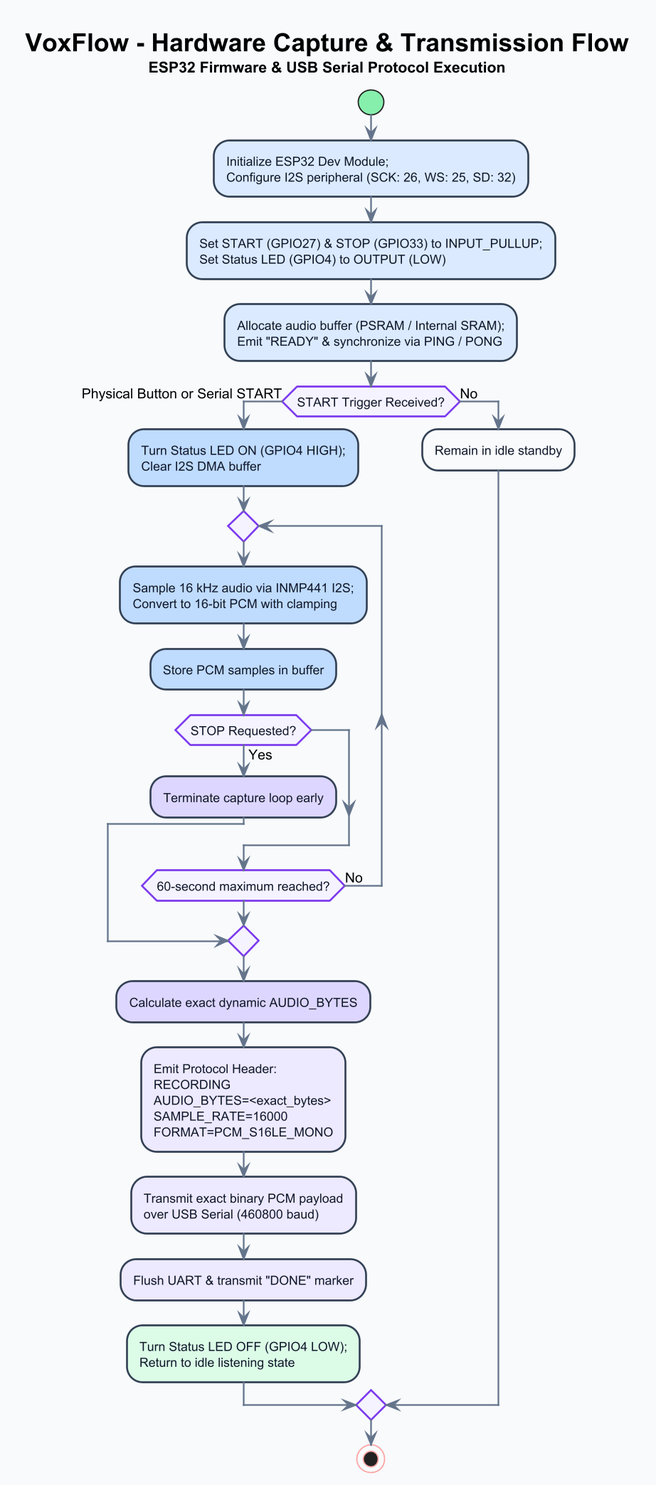
The PlantUML diagram VoxFlow_uml/VoxFlow_uml/png/methodology/1_AudioCapture_Transmission.png in PetaSivaNandhanReddy/voxflow, before a commit.
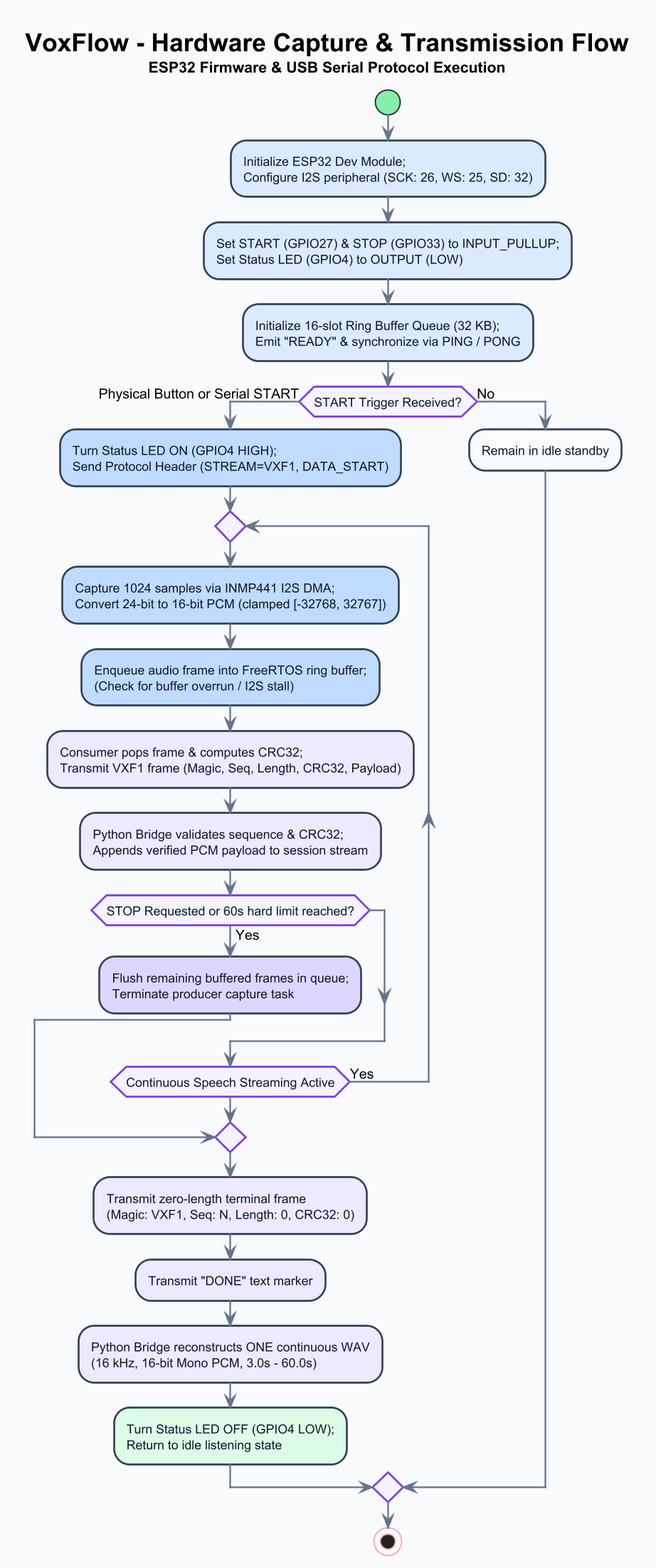
Later version of the same file.

What changed in the source:
```diff
@@ -27,30 +27,30 @@
 
 #DBEAFE:Initialize ESP32 Dev Module;\nConfigure I2S peripheral (SCK: 26, WS: 25, SD: 32);
 #DBEAFE:Set START (GPIO27) & STOP (GPIO33) to INPUT_PULLUP;\nSet Status LED (GPIO4) to OUTPUT (LOW);
-#DBEAFE:Allocate audio buffer (PSRAM / Internal SRAM);\nEmit "READY" & synchronize via PING / PONG;
+#DBEAFE:Initialize 16-slot Ring Buffer Queue (32 KB);\nEmit "READY" & synchronize via PING / PONG;
 
 if (START Trigger Received?) then (Physical Button or Serial START)
 
-    #BFDBFE:Turn Status LED ON (GPIO4 HIGH);\nClear I2S DMA buffer;
+    #BFDBFE:Turn Status LED ON (GPIO4 HIGH);\nSend Protocol Header (STREAM=VXF1, DATA_START);
 
     repeat
-        #BFDBFE:Sample 16 kHz audio via INMP441 I2S;\nConvert to 16-bit PCM with clamping;
-        #BFDBFE:Store PCM samples in buffer;
+        #BFDBFE:Capture 1024 samples via INMP441 I2S DMA;\nConvert 24-bit to 16-bit PCM (clamped [-32768, 32767]);
+        #BFDBFE:Enqueue audio frame into FreeRTOS ring buffer;\n(Check for buffer overrun / I2S stall);
+        #EDE9FE:Consumer pops frame & computes CRC32;\nTransmit VXF1 frame (Magic, Seq, Length, CRC32, Payload);
+        #EDE9FE:Python Bridge validates sequence & CRC32;\nAppends verified PCM payload to session stream;
 
-        if (STOP Requested?) then (Yes)
-            #DDD6FE:Terminate capture loop early;
+        if (STOP Requested or 60s hard limit reached?) then (Yes)
+            #DDD6FE:Flush remaining buffered frames in queue;\nTerminate producer capture task;
             break
         endif
 
-    repeat while (60-second maximum reached?) is (No)
+    repeat while (Continuous Speech Streaming Active) is (Yes)
 
-    #DDD6FE:Calculate exact dynamic AUDIO_BYTES;
+    #EDE9FE:Transmit zero-length terminal frame\n(Magic: VXF1, Seq: N, Length: 0, CRC32: 0);
 
-    #EDE9FE:Emit Protocol Header:\nRECORDING\nAUDIO_BYTES=<exact_bytes>\nSAMPLE_RATE=16000\nFORMAT=PCM_S16LE_MONO;
+    #EDE9FE:Transmit "DONE" text marker;
 
-    #EDE9FE:Transmit exact binary PCM payload\nover USB Serial (460800 baud);
-
-    #EDE9FE:Flush UART & transmit "DONE" marker;
+    #EDE9FE:Python Bridge reconstructs ONE continuous WAV\n(16 kHz, 16-bit Mono PCM, 3.0s - 60.0s);
 
     #DCFCE7:Turn Status LED OFF (GPIO4 LOW);\nReturn to idle listening state;
 
```
